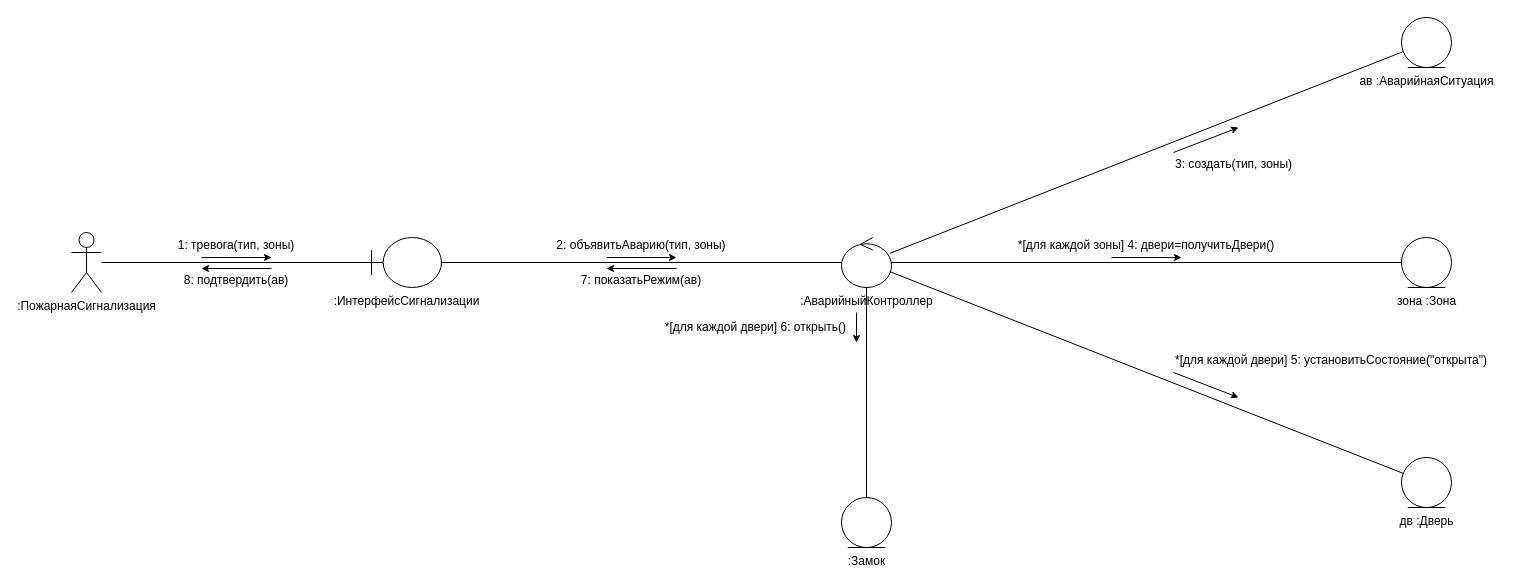
This is page "ЛР1 — Анализ (аварийная ситуация)" (4 of 10) of СКУД.drawio from Rem1yo/ooap-skud-uml, a draw.io file, before an edit. Source tidied: cells renumbered, new cells numbered last; positions are measured from the earlier drawing's top-left corner, leaving out a move shared by most shapes. Both pictures are drawn from the tidied source at 100%, with x=0, y=0 at pixel (71, 17).
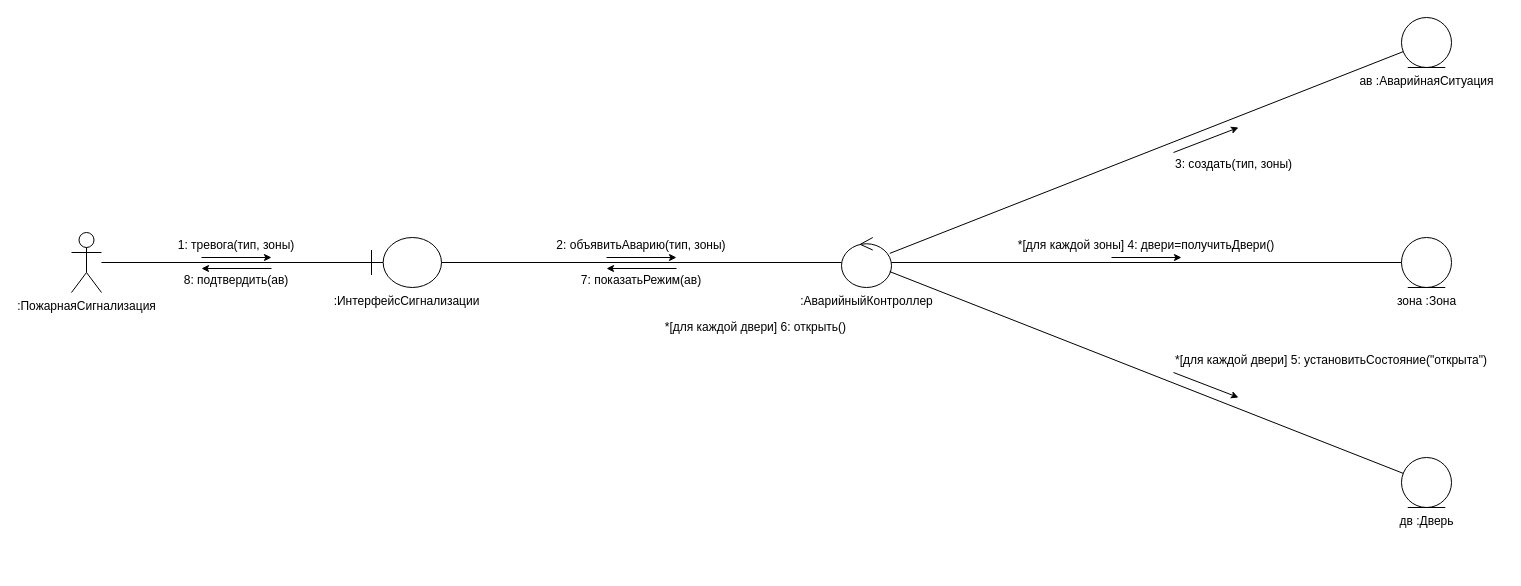
The same page after the edit.

Unchanged cells that the change refers to:
```xml
<mxCell id="4" value=":АварийныйКонтроллер" style="ellipse;shape=umlControl;verticalLabelPosition=bottom;verticalAlign=top;html=1;fillColor=#ffffff;strokeColor=#000000;fontColor=#000000;" parent="1" vertex="1">
  <mxGeometry x="770" y="220" width="50" height="50" as="geometry" />
</mxCell>
```

What changed in the source:
```diff
@@
-    <mxCell id="5" value=":Замок" style="ellipse;shape=umlEntity;verticalLabelPosition=bottom;verticalAlign=top;html=1;fillColor=#ffffff;strokeColor=#000000;fontColor=#000000;" parent="1" vertex="1">
-      <mxGeometry x="770" y="480" width="50" height="50" as="geometry" />
-    </mxCell>
@@
-    <mxCell id="11" style="endArrow=none;html=1;rounded=0;strokeColor=#000000;" parent="1" edge="1" source="4" target="5">
-      <mxGeometry relative="1" as="geometry" />
-    </mxCell>
@@
-    <mxCell id="29" style="endArrow=classic;html=1;rounded=0;strokeColor=#000000;endSize=5;" parent="1" edge="1">
-      <mxGeometry relative="1" as="geometry">
-        <mxPoint x="785" y="295" as="sourcePoint" />
-        <mxPoint x="785" y="325" as="targetPoint" />
-      </mxGeometry>
-    </mxCell>
```
